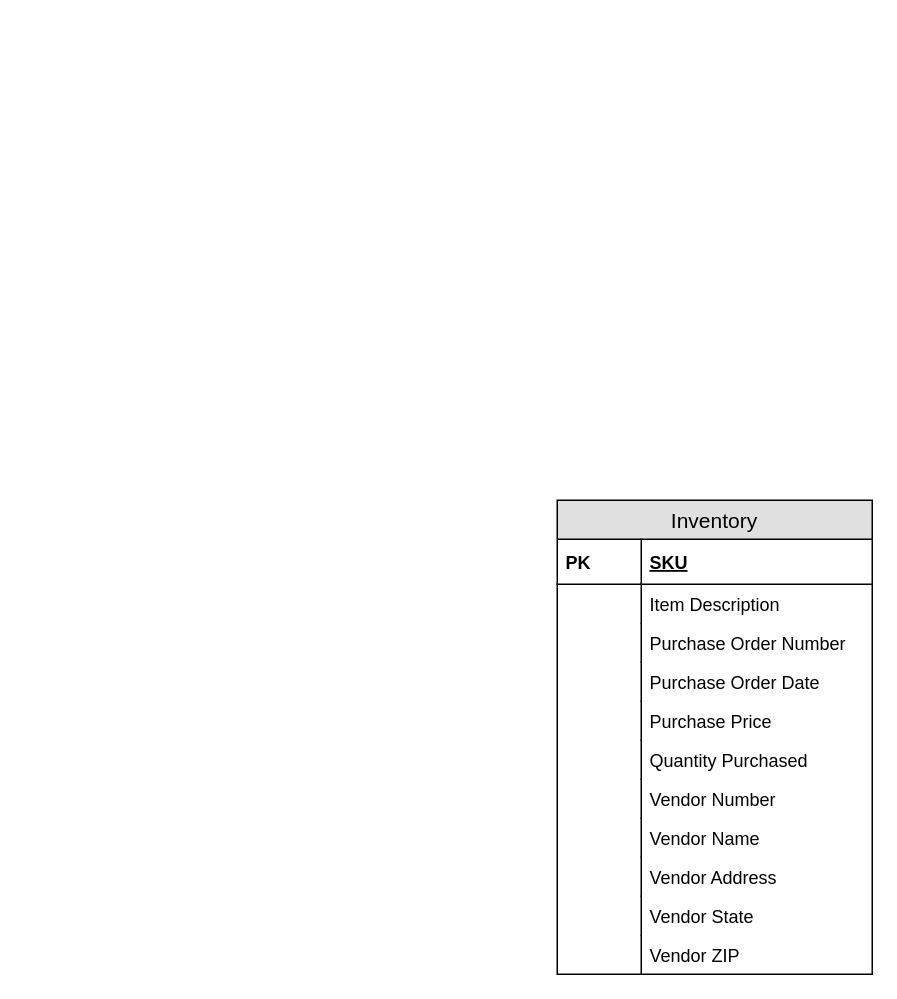
accountingarchitecture/accountingarchitecture.github.io keeps this draw.io diagram as images/diagram3.drawio. Above is the earlier version. Source tidied: cells renumbered, new cells numbered last; positions are measured from the earlier drawing's top-left corner, leaving out a move shared by most shapes. Both pictures are drawn from the tidied source at 150%, with x=0, y=0 at pixel (556, 500).
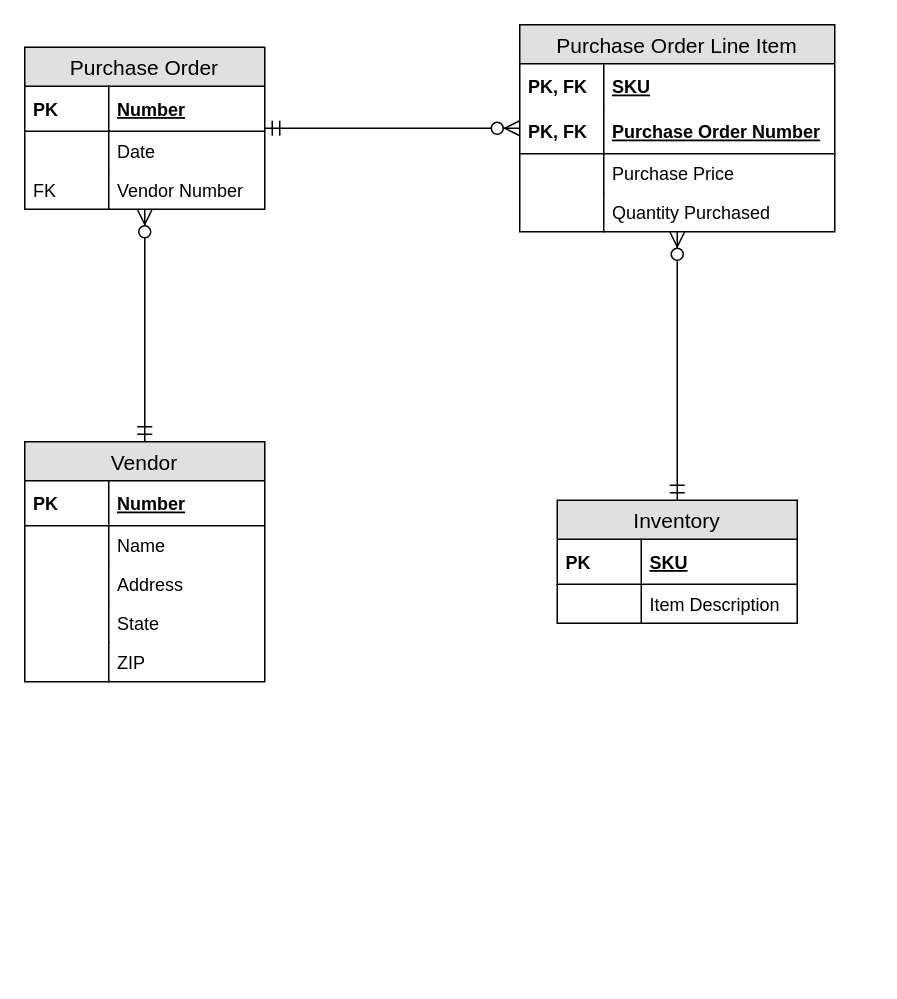
Above is the later version.

Diff of the diagram source:
```diff
@@
+    <mxCell id="25" value="Purchase Order Line Item" style="swimlane;fontStyle=0;horizontal=1;startSize=26;fillColor=#e0e0e0;swimlaneFillColor=#ffffff;align=center;fontSize=14;" parent="1" vertex="1">
+      <mxGeometry x="-25" y="-317" width="210" height="138" as="geometry" />
+    </mxCell>
+    <mxCell id="26" value="SKU" style="shape=partialRectangle;top=0;left=0;right=0;bottom=0;align=left;verticalAlign=middle;fillColor=none;spacingLeft=60;spacingRight=4;overflow=hidden;fontStyle=5;fontSize=12;" parent="25" vertex="1">
+      <mxGeometry y="26" width="210" height="30" as="geometry" />
+    </mxCell>
+    <mxCell id="27" value="PK, FK" style="shape=partialRectangle;fontStyle=1;top=0;left=0;bottom=0;fillColor=none;align=left;verticalAlign=middle;spacingLeft=4;spacingRight=4;overflow=hidden;fontSize=12;" parent="26" vertex="1">
+      <mxGeometry width="56" height="30" as="geometry" />
+    </mxCell>
+    <mxCell id="7" value="Purchase Order Number" style="shape=partialRectangle;top=0;left=0;right=0;bottom=1;align=left;verticalAlign=middle;fillColor=none;spacingLeft=60;spacingRight=4;overflow=hidden;fontStyle=5;fontSize=12;" parent="25" vertex="1">
+      <mxGeometry y="56" width="210" height="30" as="geometry" />
+    </mxCell>
+    <mxCell id="28" value="PK, FK" style="shape=partialRectangle;fontStyle=1;top=0;left=0;bottom=0;fillColor=none;align=left;verticalAlign=middle;spacingLeft=4;spacingRight=4;overflow=hidden;fontSize=12;" parent="7" vertex="1">
+      <mxGeometry width="56" height="30" as="geometry" />
+    </mxCell>
+    <mxCell id="11" value="Purchase Price" style="shape=partialRectangle;top=0;left=0;right=0;bottom=0;align=left;verticalAlign=top;fillColor=none;spacingLeft=60;spacingRight=4;overflow=hidden;fontSize=12;" parent="25" vertex="1">
+      <mxGeometry y="86" width="210" height="26" as="geometry" />
+    </mxCell>
+    <mxCell id="29" style="shape=partialRectangle;top=0;left=0;bottom=0;fillColor=none;align=left;verticalAlign=top;spacingLeft=4;spacingRight=4;overflow=hidden;fontSize=12;" parent="11" vertex="1">
+      <mxGeometry width="56" height="26" as="geometry" />
+    </mxCell>
+    <mxCell id="13" value="Quantity Purchased" style="shape=partialRectangle;top=0;left=0;right=0;bottom=0;align=left;verticalAlign=top;fillColor=none;spacingLeft=60;spacingRight=4;overflow=hidden;fontSize=12;" parent="25" vertex="1">
+      <mxGeometry y="112" width="210" height="26" as="geometry" />
+    </mxCell>
+    <mxCell id="30" style="shape=partialRectangle;top=0;left=0;bottom=0;fillColor=none;align=left;verticalAlign=top;spacingLeft=4;spacingRight=4;overflow=hidden;fontSize=12;" parent="13" vertex="1">
+      <mxGeometry width="56" height="26" as="geometry" />
+    </mxCell>
+    <mxCell id="31" style="edgeStyle=orthogonalEdgeStyle;rounded=0;jettySize=auto;html=1;startArrow=ERmandOne;startFill=0;startSize=8;endArrow=ERzeroToMany;endFill=1;endSize=8;" parent="1" edge="1" source="32" target="47">
+      <mxGeometry relative="1" as="geometry" />
+    </mxCell>
+    <mxCell id="32" value="Vendor" style="swimlane;fontStyle=0;horizontal=1;startSize=26;fillColor=#e0e0e0;swimlaneFillColor=#ffffff;align=center;fontSize=14;" parent="1" vertex="1">
+      <mxGeometry x="-355" y="-39" width="160" height="160" as="geometry" />
+    </mxCell>
+    <mxCell id="33" value="Number" style="shape=partialRectangle;top=0;left=0;right=0;bottom=1;align=left;verticalAlign=middle;fillColor=none;spacingLeft=60;spacingRight=4;overflow=hidden;fontStyle=5;fontSize=12;" parent="32" vertex="1">
+      <mxGeometry y="26" width="160" height="30" as="geometry" />
+    </mxCell>
+    <mxCell id="34" value="PK" style="shape=partialRectangle;fontStyle=1;top=0;left=0;bottom=0;fillColor=none;align=left;verticalAlign=middle;spacingLeft=4;spacingRight=4;overflow=hidden;fontSize=12;" parent="33" vertex="1">
+      <mxGeometry width="56" height="30" as="geometry" />
+    </mxCell>
+    <mxCell id="35" value="Name" style="shape=partialRectangle;top=0;left=0;right=0;bottom=0;align=left;verticalAlign=top;fillColor=none;spacingLeft=60;spacingRight=4;overflow=hidden;fontSize=12;" parent="32" vertex="1">
+      <mxGeometry y="56" width="160" height="26" as="geometry" />
+    </mxCell>
+    <mxCell id="36" style="shape=partialRectangle;top=0;left=0;bottom=0;fillColor=none;align=left;verticalAlign=top;spacingLeft=4;spacingRight=4;overflow=hidden;fontSize=12;" parent="35" vertex="1">
+      <mxGeometry width="56" height="26" as="geometry" />
+    </mxCell>
+    <mxCell id="37" value="Address" style="shape=partialRectangle;top=0;left=0;right=0;bottom=0;align=left;verticalAlign=top;fillColor=none;spacingLeft=60;spacingRight=4;overflow=hidden;fontSize=12;" parent="32" vertex="1">
+      <mxGeometry y="82" width="160" height="26" as="geometry" />
+    </mxCell>
+    <mxCell id="38" style="shape=partialRectangle;top=0;left=0;bottom=0;fillColor=none;align=left;verticalAlign=top;spacingLeft=4;spacingRight=4;overflow=hidden;fontSize=12;" parent="37" vertex="1">
+      <mxGeometry width="56" height="26" as="geometry" />
+    </mxCell>
+    <mxCell id="39" value="State" style="shape=partialRectangle;top=0;left=0;right=0;bottom=0;align=left;verticalAlign=top;fillColor=none;spacingLeft=60;spacingRight=4;overflow=hidden;fontSize=12;" parent="32" vertex="1">
+      <mxGeometry y="108" width="160" height="26" as="geometry" />
+    </mxCell>
+    <mxCell id="40" style="shape=partialRectangle;top=0;left=0;bottom=0;fillColor=none;align=left;verticalAlign=top;spacingLeft=4;spacingRight=4;overflow=hidden;fontSize=12;" parent="39" vertex="1">
+      <mxGeometry width="56" height="26" as="geometry" />
+    </mxCell>
+    <mxCell id="41" value="ZIP" style="shape=partialRectangle;top=0;left=0;right=0;bottom=0;align=left;verticalAlign=top;fillColor=none;spacingLeft=60;spacingRight=4;overflow=hidden;fontSize=12;" parent="32" vertex="1">
+      <mxGeometry y="134" width="160" height="26" as="geometry" />
+    </mxCell>
+    <mxCell id="42" style="shape=partialRectangle;top=0;left=0;bottom=0;fillColor=none;align=left;verticalAlign=top;spacingLeft=4;spacingRight=4;overflow=hidden;fontSize=12;" parent="41" vertex="1">
+      <mxGeometry width="56" height="26" as="geometry" />
+    </mxCell>
+    <mxCell id="43" style="edgeStyle=orthogonalEdgeStyle;rounded=0;jettySize=auto;html=1;startArrow=ERmandOne;startFill=0;startSize=8;endArrow=ERzeroToMany;endFill=1;endSize=8;" parent="1" edge="1" source="2" target="25">
+      <mxGeometry relative="1" as="geometry" />
+    </mxCell>
     <mxCell id="2" value="Inventory" style="swimlane;fontStyle=0;horizontal=1;startSize=26;fillColor=#e0e0e0;swimlaneFillColor=#ffffff;align=center;fontSize=14;" parent="1" vertex="1">
-      <mxGeometry width="210" height="316" as="geometry" />
+      <mxGeometry width="160" height="82" as="geometry" />
     </mxCell>
     <mxCell id="3" value="SKU" style="shape=partialRectangle;top=0;left=0;right=0;bottom=1;align=left;verticalAlign=middle;fillColor=none;spacingLeft=60;spacingRight=4;overflow=hidden;fontStyle=5;fontSize=12;" parent="2" vertex="1">
-      <mxGeometry y="26" width="210" height="30" as="geometry" />
+      <mxGeometry y="26" width="160" height="30" as="geometry" />
     </mxCell>
-    <mxCell id="4" value="PK" style="shape=partialRectangle;fontStyle=1;top=0;left=0;bottom=0;fillColor=none;align=left;verticalAlign=middle;spacingLeft=4;spacingRight=4;overflow=hidden;fontSize=12;" parent="3" vertex="1">
-      <mxGeometry width="56" height="30" as="geometry" />
-    </mxCell>
+    <mxCell id="44" value="PK" style="shape=partialRectangle;fontStyle=1;top=0;left=0;bottom=0;fillColor=none;align=left;verticalAlign=middle;spacingLeft=4;spacingRight=4;overflow=hidden;fontSize=12;" parent="3" vertex="1">
+      <mxGeometry width="56" height="30" as="geometry" />
+    </mxCell>
     <mxCell id="5" value="Item Description" style="shape=partialRectangle;top=0;left=0;right=0;bottom=0;align=left;verticalAlign=top;fillColor=none;spacingLeft=60;spacingRight=4;overflow=hidden;fontSize=12;" parent="2" vertex="1">
-      <mxGeometry y="56" width="210" height="26" as="geometry" />
+      <mxGeometry y="56" width="160" height="26" as="geometry" />
     </mxCell>
-    <mxCell id="6" style="shape=partialRectangle;top=0;left=0;bottom=0;fillColor=none;align=left;verticalAlign=top;spacingLeft=4;spacingRight=4;overflow=hidden;fontSize=12;" parent="5" vertex="1">
-      <mxGeometry width="56" height="26" as="geometry" />
-    </mxCell>
-    <mxCell id="7" value="Purchase Order Number" style="shape=partialRectangle;top=0;left=0;right=0;bottom=0;align=left;verticalAlign=top;fillColor=none;spacingLeft=60;spacingRight=4;overflow=hidden;fontSize=12;" parent="2" vertex="1">
-      <mxGeometry y="82" width="210" height="26" as="geometry" />
-    </mxCell>
-    <mxCell id="8" style="shape=partialRectangle;top=0;left=0;bottom=0;fillColor=none;align=left;verticalAlign=top;spacingLeft=4;spacingRight=4;overflow=hidden;fontSize=12;" parent="7" vertex="1">
-      <mxGeometry width="56" height="26" as="geometry" />
-    </mxCell>
-    <mxCell id="9" value="Purchase Order Date" style="shape=partialRectangle;top=0;left=0;right=0;bottom=0;align=left;verticalAlign=top;fillColor=none;spacingLeft=60;spacingRight=4;overflow=hidden;fontSize=12;" parent="2" vertex="1">
-      <mxGeometry y="108" width="210" height="26" as="geometry" />
-    </mxCell>
-    <mxCell id="10" style="shape=partialRectangle;top=0;left=0;bottom=0;fillColor=none;align=left;verticalAlign=top;spacingLeft=4;spacingRight=4;overflow=hidden;fontSize=12;" parent="9" vertex="1">
-      <mxGeometry width="56" height="26" as="geometry" />
-    </mxCell>
-    <mxCell id="11" value="Purchase Price" style="shape=partialRectangle;top=0;left=0;right=0;bottom=0;align=left;verticalAlign=top;fillColor=none;spacingLeft=60;spacingRight=4;overflow=hidden;fontSize=12;" parent="2" vertex="1">
-      <mxGeometry y="134" width="210" height="26" as="geometry" />
-    </mxCell>
-    <mxCell id="12" style="shape=partialRectangle;top=0;left=0;bottom=0;fillColor=none;align=left;verticalAlign=top;spacingLeft=4;spacingRight=4;overflow=hidden;fontSize=12;" parent="11" vertex="1">
-      <mxGeometry width="56" height="26" as="geometry" />
-    </mxCell>
-    <mxCell id="13" value="Quantity Purchased" style="shape=partialRectangle;top=0;left=0;right=0;bottom=0;align=left;verticalAlign=top;fillColor=none;spacingLeft=60;spacingRight=4;overflow=hidden;fontSize=12;" parent="2" vertex="1">
-      <mxGeometry y="160" width="210" height="26" as="geometry" />
-    </mxCell>
-    <mxCell id="14" style="shape=partialRectangle;top=0;left=0;bottom=0;fillColor=none;align=left;verticalAlign=top;spacingLeft=4;spacingRight=4;overflow=hidden;fontSize=12;" parent="13" vertex="1">
-      <mxGeometry width="56" height="26" as="geometry" />
-    </mxCell>
+    <mxCell id="45" style="shape=partialRectangle;top=0;left=0;bottom=0;fillColor=none;align=left;verticalAlign=top;spacingLeft=4;spacingRight=4;overflow=hidden;fontSize=12;" parent="5" vertex="1">
+      <mxGeometry width="56" height="26" as="geometry" />
+    </mxCell>
+    <mxCell id="46" style="edgeStyle=orthogonalEdgeStyle;rounded=0;jettySize=auto;html=1;endSize=8;startSize=8;startArrow=ERmandOne;startFill=0;endArrow=ERzeroToMany;endFill=1;" parent="1" edge="1" source="47" target="25">
+      <mxGeometry relative="1" as="geometry" />
+    </mxCell>
+    <mxCell id="47" value="Purchase Order" style="swimlane;fontStyle=0;horizontal=1;startSize=26;fillColor=#e0e0e0;swimlaneFillColor=#ffffff;align=center;fontSize=14;" parent="1" vertex="1">
+      <mxGeometry x="-355" y="-302" width="160" height="108" as="geometry" />
+    </mxCell>
+    <mxCell id="48" value="Number" style="shape=partialRectangle;top=0;left=0;right=0;bottom=1;align=left;verticalAlign=middle;fillColor=none;spacingLeft=60;spacingRight=4;overflow=hidden;fontStyle=5;fontSize=12;" parent="47" vertex="1">
+      <mxGeometry y="26" width="160" height="30" as="geometry" />
+    </mxCell>
+    <mxCell id="49" value="PK" style="shape=partialRectangle;fontStyle=1;top=0;left=0;bottom=0;fillColor=none;align=left;verticalAlign=middle;spacingLeft=4;spacingRight=4;overflow=hidden;fontSize=12;" parent="48" vertex="1">
+      <mxGeometry width="56" height="30" as="geometry" />
+    </mxCell>
+    <mxCell id="50" value="Date" style="shape=partialRectangle;top=0;left=0;right=0;bottom=0;align=left;verticalAlign=top;fillColor=none;spacingLeft=60;spacingRight=4;overflow=hidden;fontSize=12;" parent="47" vertex="1">
+      <mxGeometry y="56" width="160" height="26" as="geometry" />
+    </mxCell>
+    <mxCell id="51" style="shape=partialRectangle;top=0;left=0;bottom=0;fillColor=none;align=left;verticalAlign=top;spacingLeft=4;spacingRight=4;overflow=hidden;fontSize=12;" parent="50" vertex="1">
+      <mxGeometry width="56" height="26" as="geometry" />
+    </mxCell>
-    <mxCell id="15" value="Vendor Number" style="shape=partialRectangle;top=0;left=0;right=0;bottom=0;align=left;verticalAlign=top;fillColor=none;spacingLeft=60;spacingRight=4;overflow=hidden;fontSize=12;" parent="2" vertex="1">
-      <mxGeometry y="186" width="210" height="26" as="geometry" />
+    <mxCell id="15" value="Vendor Number" style="shape=partialRectangle;top=0;left=0;right=0;bottom=0;align=left;verticalAlign=top;fillColor=none;spacingLeft=60;spacingRight=4;overflow=hidden;fontSize=12;" parent="47" vertex="1">
+      <mxGeometry y="82" width="160" height="26" as="geometry" />
     </mxCell>
-    <mxCell id="16" style="shape=partialRectangle;top=0;left=0;bottom=0;fillColor=none;align=left;verticalAlign=top;spacingLeft=4;spacingRight=4;overflow=hidden;fontSize=12;" parent="15" vertex="1">
-      <mxGeometry width="56" height="26" as="geometry" />
-    </mxCell>
-    <mxCell id="17" value="Vendor Name" style="shape=partialRectangle;top=0;left=0;right=0;bottom=0;align=left;verticalAlign=top;fillColor=none;spacingLeft=60;spacingRight=4;overflow=hidden;fontSize=12;" parent="2" vertex="1">
-      <mxGeometry y="212" width="210" height="26" as="geometry" />
-    </mxCell>
-    <mxCell id="18" style="shape=partialRectangle;top=0;left=0;bottom=0;fillColor=none;align=left;verticalAlign=top;spacingLeft=4;spacingRight=4;overflow=hidden;fontSize=12;" parent="17" vertex="1">
-      <mxGeometry width="56" height="26" as="geometry" />
-    </mxCell>
-    <mxCell id="19" value="Vendor Address" style="shape=partialRectangle;top=0;left=0;right=0;bottom=0;align=left;verticalAlign=top;fillColor=none;spacingLeft=60;spacingRight=4;overflow=hidden;fontSize=12;" parent="2" vertex="1">
-      <mxGeometry y="238" width="210" height="26" as="geometry" />
-    </mxCell>
-    <mxCell id="20" style="shape=partialRectangle;top=0;left=0;bottom=0;fillColor=none;align=left;verticalAlign=top;spacingLeft=4;spacingRight=4;overflow=hidden;fontSize=12;" parent="19" vertex="1">
-      <mxGeometry width="56" height="26" as="geometry" />
-    </mxCell>
-    <mxCell id="21" value="Vendor State" style="shape=partialRectangle;top=0;left=0;right=0;bottom=0;align=left;verticalAlign=top;fillColor=none;spacingLeft=60;spacingRight=4;overflow=hidden;fontSize=12;" parent="2" vertex="1">
-      <mxGeometry y="264" width="210" height="26" as="geometry" />
-    </mxCell>
-    <mxCell id="22" style="shape=partialRectangle;top=0;left=0;bottom=0;fillColor=none;align=left;verticalAlign=top;spacingLeft=4;spacingRight=4;overflow=hidden;fontSize=12;" parent="21" vertex="1">
-      <mxGeometry width="56" height="26" as="geometry" />
-    </mxCell>
-    <mxCell id="23" value="Vendor ZIP" style="shape=partialRectangle;top=0;left=0;right=0;bottom=0;align=left;verticalAlign=top;fillColor=none;spacingLeft=60;spacingRight=4;overflow=hidden;fontSize=12;" parent="2" vertex="1">
-      <mxGeometry y="290" width="210" height="26" as="geometry" />
-    </mxCell>
-    <mxCell id="24" style="shape=partialRectangle;top=0;left=0;bottom=0;fillColor=none;align=left;verticalAlign=top;spacingLeft=4;spacingRight=4;overflow=hidden;fontSize=12;" parent="23" vertex="1">
-      <mxGeometry width="56" height="26" as="geometry" />
-    </mxCell>
+    <mxCell id="52" value="FK" style="shape=partialRectangle;top=0;left=0;bottom=0;fillColor=none;align=left;verticalAlign=top;spacingLeft=4;spacingRight=4;overflow=hidden;fontSize=12;" parent="15" vertex="1">
+      <mxGeometry width="56" height="26" as="geometry" />
+    </mxCell>
```
